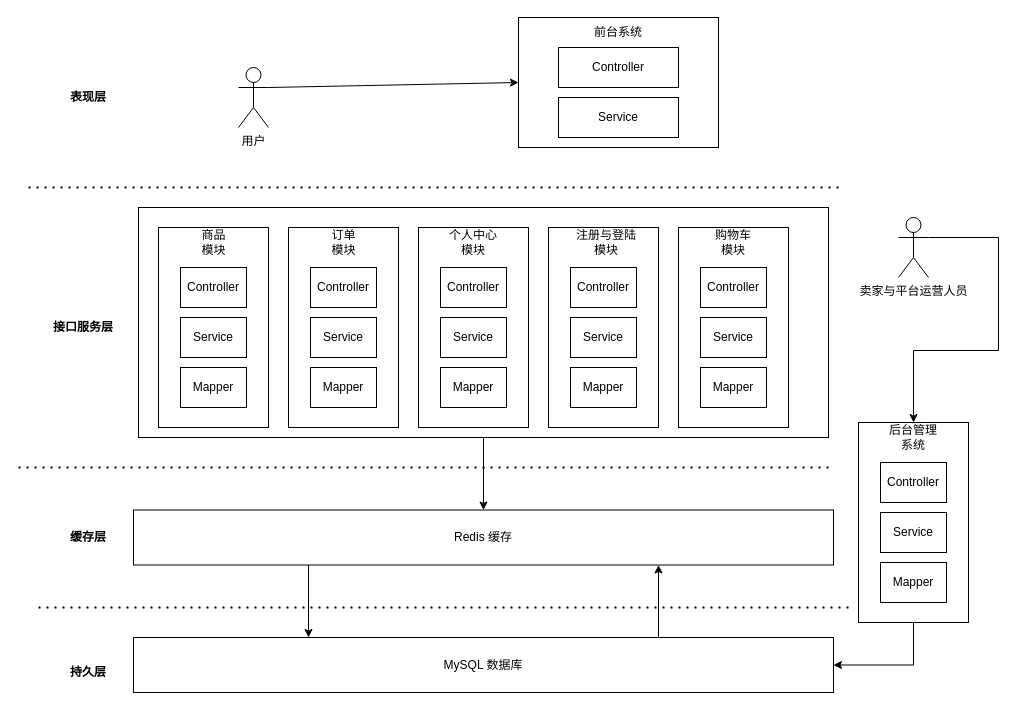
Earlier version of the draw.io diagram 4-2系统架构图.drawio (Joker-5/drawio-repo). Source tidied: cells renumbered, new cells numbered last; positions are measured from the earlier drawing's top-left corner, leaving out a move shared by most shapes. Both pictures are drawn from the tidied source at 100%, with x=0, y=0 at pixel (18, 17).
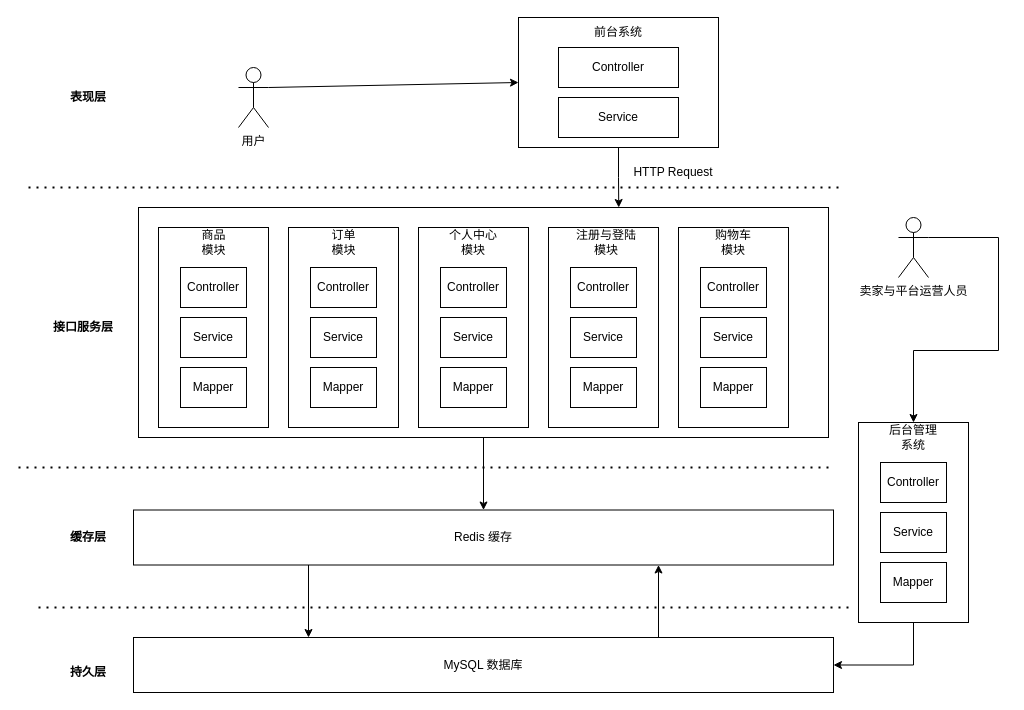
Above is the later version.

Commit message:
更新4-2系统架构图.drawio

The change refers to these unchanged cells:
```xml
<mxCell id="5" style="rounded=0;whiteSpace=wrap;html=1;" parent="4" vertex="1">
  <mxGeometry width="200" height="130" as="geometry" />
</mxCell>
<mxCell id="10" style="rounded=0;whiteSpace=wrap;html=1;" parent="1" vertex="1">
  <mxGeometry x="120" y="190" width="690" height="230" as="geometry" />
</mxCell>
```

Change to the diagram source:
```diff
@@
+    <mxCell id="61" style="edgeStyle=orthogonalEdgeStyle;rounded=0;jettySize=auto;html=1;exitX=0.5;exitY=1;exitDx=0;exitDy=0;entryX=0.696;entryY=0;entryDx=0;entryDy=0;entryPerimeter=0;" parent="1" edge="1" source="5" target="10">
+      <mxGeometry relative="1" as="geometry" />
+    </mxCell>
+    <mxCell id="62" value="HTTP Request" style="text;html=1;strokeColor=none;fillColor=none;align=center;verticalAlign=middle;whiteSpace=wrap;rounded=0;" parent="1" vertex="1">
+      <mxGeometry x="600" y="140" width="110" height="30" as="geometry" />
+    </mxCell>
```
